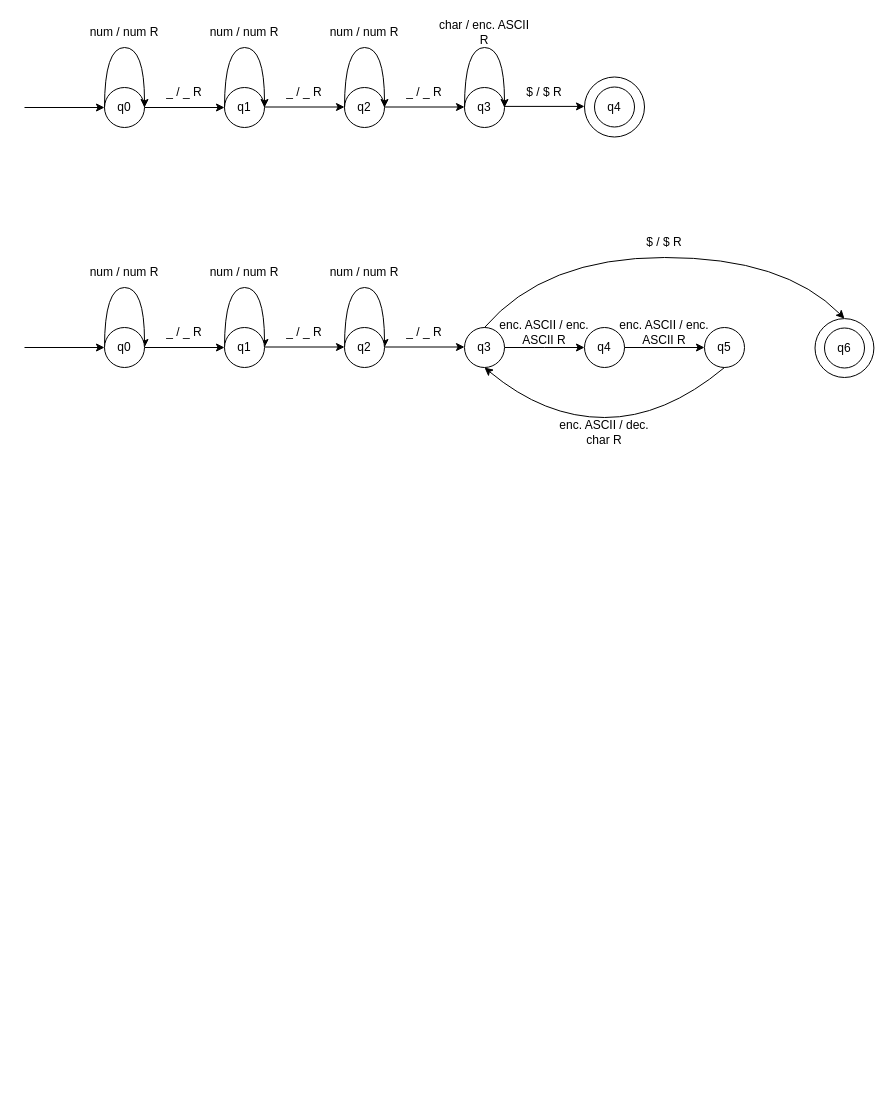
Before: rsa.drawio in Nerggg/RSA-TuringMachine, a draw.io diagram. Source tidied: cells renumbered, new cells numbered last; positions are measured from the earlier drawing's top-left corner, leaving out a move shared by most shapes. Both pictures are drawn from the tidied source at 100%, with x=0, y=0 at pixel (24, 17).
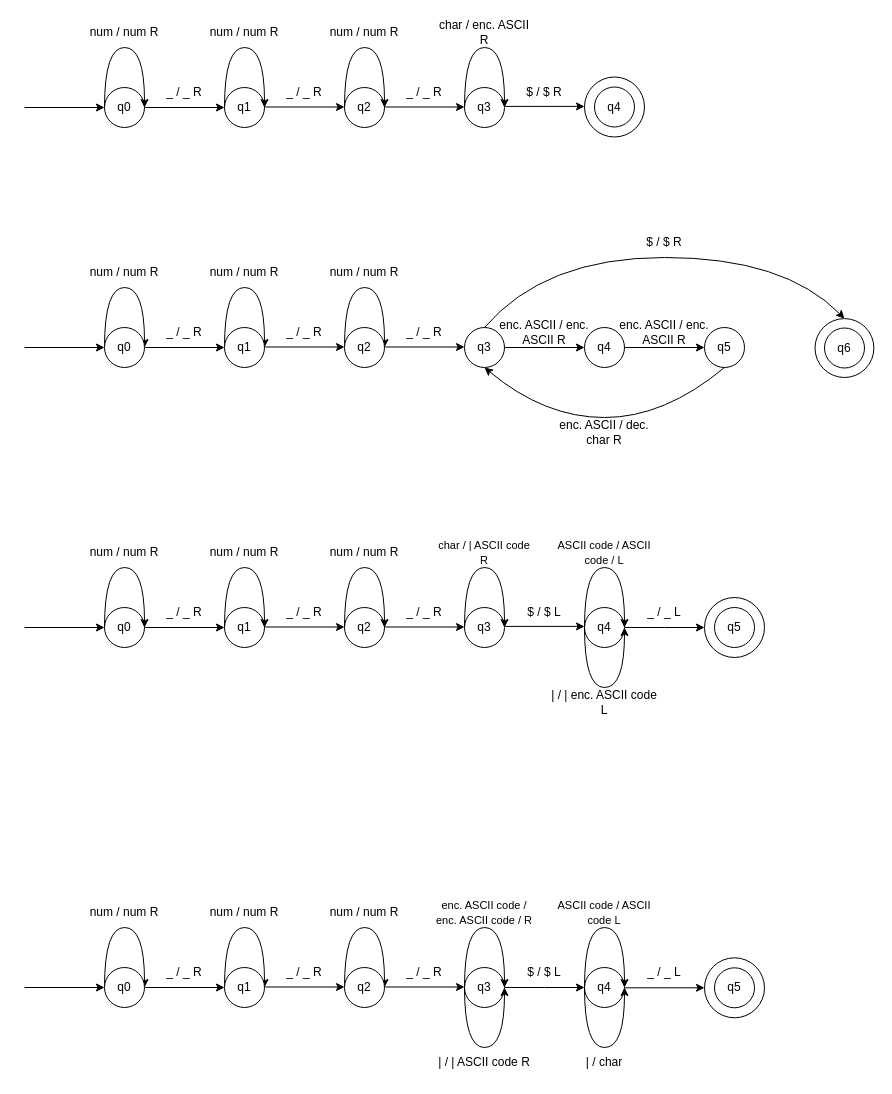
The same diagram, later.

What changed in the source:
```diff
@@
+    <mxCell id="54" style="ellipse;whiteSpace=wrap;html=1;" parent="1" vertex="1">
+      <mxGeometry x="680" y="580" width="60" height="60" as="geometry" />
+    </mxCell>
@@
+    <mxCell id="55" style="edgeStyle=orthogonalEdgeStyle;rounded=0;jettySize=auto;html=1;entryX=0;entryY=0.5;entryDx=0;entryDy=0;" parent="1" edge="1" source="56" target="57">
+      <mxGeometry relative="1" as="geometry" />
+    </mxCell>
+    <mxCell id="56" value="q0" style="ellipse;whiteSpace=wrap;html=1;" parent="1" vertex="1">
+      <mxGeometry x="80" y="590" width="40" height="40" as="geometry" />
+    </mxCell>
+    <mxCell id="57" value="q1" style="ellipse;whiteSpace=wrap;html=1;" parent="1" vertex="1">
+      <mxGeometry x="200" y="590" width="40" height="40" as="geometry" />
+    </mxCell>
+    <mxCell id="58" value="_ / _ R" style="text;html=1;align=center;verticalAlign=middle;whiteSpace=wrap;rounded=0;" parent="1" vertex="1">
+      <mxGeometry x="130" y="580" width="60" height="30" as="geometry" />
+    </mxCell>
+    <mxCell id="59" style="curved=1;endArrow=classic;html=1;rounded=0;exitX=0;exitY=0.5;exitDx=0;exitDy=0;entryX=1;entryY=0.5;entryDx=0;entryDy=0;" parent="1" edge="1" source="56" target="56">
+      <mxGeometry relative="1" as="geometry">
+        <Array as="points">
+          <mxPoint x="80" y="550" />
+          <mxPoint x="120" y="550" />
+        </Array>
+      </mxGeometry>
+    </mxCell>
+    <mxCell id="60" value="num / num R" style="text;html=1;align=center;verticalAlign=middle;whiteSpace=wrap;rounded=0;" parent="1" vertex="1">
+      <mxGeometry x="60" y="520" width="80" height="30" as="geometry" />
+    </mxCell>
+    <mxCell id="61" value="num / num R" style="text;html=1;align=center;verticalAlign=middle;whiteSpace=wrap;rounded=0;" parent="1" vertex="1">
+      <mxGeometry x="180" y="520" width="80" height="30" as="geometry" />
+    </mxCell>
+    <mxCell id="62" style="curved=1;endArrow=classic;html=1;rounded=0;exitX=0;exitY=0.5;exitDx=0;exitDy=0;entryX=1;entryY=0.5;entryDx=0;entryDy=0;" parent="1" edge="1">
+      <mxGeometry relative="1" as="geometry">
+        <mxPoint x="200" y="610" as="sourcePoint" />
+        <mxPoint x="240" y="610" as="targetPoint" />
+        <Array as="points">
+          <mxPoint x="200" y="550" />
+          <mxPoint x="240" y="550" />
+        </Array>
+      </mxGeometry>
+    </mxCell>
+    <mxCell id="63" value="_ / _ R" style="text;html=1;align=center;verticalAlign=middle;whiteSpace=wrap;rounded=0;" parent="1" vertex="1">
+      <mxGeometry x="250" y="579.5" width="60" height="30" as="geometry" />
+    </mxCell>
+    <mxCell id="64" style="edgeStyle=orthogonalEdgeStyle;rounded=0;orthogonalLoop=1;jettySize=auto;html=1;entryX=0;entryY=0.5;entryDx=0;entryDy=0;" parent="1" edge="1">
+      <mxGeometry relative="1" as="geometry">
+        <mxPoint x="240" y="609.5" as="sourcePoint" />
+        <mxPoint x="320" y="609.5" as="targetPoint" />
+      </mxGeometry>
+    </mxCell>
+    <mxCell id="65" value="q3" style="ellipse;whiteSpace=wrap;html=1;" parent="1" vertex="1">
+      <mxGeometry x="440" y="590" width="40" height="40" as="geometry" />
+    </mxCell>
+    <mxCell id="66" style="endArrow=classic;html=1;rounded=0;entryX=0;entryY=0.5;entryDx=0;entryDy=0;" parent="1" edge="1" target="56">
+      <mxGeometry relative="1" as="geometry">
+        <mxPoint y="610" as="sourcePoint" />
+      </mxGeometry>
+    </mxCell>
+    <mxCell id="67" value="&lt;font style=&quot;font-size: 11px;&quot;&gt;char / | ASCII code R&lt;/font&gt;" style="text;html=1;align=center;verticalAlign=middle;whiteSpace=wrap;rounded=0;" parent="1" vertex="1">
+      <mxGeometry x="410" y="520" width="100" height="30" as="geometry" />
+    </mxCell>
+    <mxCell id="68" style="curved=1;endArrow=classic;html=1;rounded=0;exitX=0;exitY=0.5;exitDx=0;exitDy=0;entryX=1;entryY=0.5;entryDx=0;entryDy=0;" parent="1" edge="1">
+      <mxGeometry relative="1" as="geometry">
+        <mxPoint x="440" y="610" as="sourcePoint" />
+        <mxPoint x="480" y="610" as="targetPoint" />
+        <Array as="points">
+          <mxPoint x="440" y="550" />
+          <mxPoint x="480" y="550" />
+        </Array>
+      </mxGeometry>
+    </mxCell>
+    <mxCell id="69" style="edgeStyle=orthogonalEdgeStyle;rounded=0;jettySize=auto;html=1;" parent="1" edge="1" source="70">
+      <mxGeometry relative="1" as="geometry">
+        <mxPoint x="680" y="610" as="targetPoint" />
+      </mxGeometry>
+    </mxCell>
+    <mxCell id="70" value="q4" style="ellipse;whiteSpace=wrap;html=1;" parent="1" vertex="1">
+      <mxGeometry x="560" y="590" width="40" height="40" as="geometry" />
+    </mxCell>
+    <mxCell id="71" style="edgeStyle=orthogonalEdgeStyle;rounded=0;orthogonalLoop=1;jettySize=auto;html=1;entryX=0;entryY=0.5;entryDx=0;entryDy=0;" parent="1" edge="1">
+      <mxGeometry relative="1" as="geometry">
+        <mxPoint x="480" y="608.9" as="sourcePoint" />
+        <mxPoint x="560" y="608.9" as="targetPoint" />
+      </mxGeometry>
+    </mxCell>
+    <mxCell id="72" value="$ / $ L" style="text;html=1;align=center;verticalAlign=middle;whiteSpace=wrap;rounded=0;" parent="1" vertex="1">
+      <mxGeometry x="490" y="579.5" width="60" height="30" as="geometry" />
+    </mxCell>
+    <mxCell id="73" value="q2" style="ellipse;whiteSpace=wrap;html=1;" parent="1" vertex="1">
+      <mxGeometry x="320" y="590" width="40" height="40" as="geometry" />
+    </mxCell>
+    <mxCell id="74" value="num / num R" style="text;html=1;align=center;verticalAlign=middle;whiteSpace=wrap;rounded=0;" parent="1" vertex="1">
+      <mxGeometry x="300" y="520" width="80" height="30" as="geometry" />
+    </mxCell>
+    <mxCell id="75" style="curved=1;endArrow=classic;html=1;rounded=0;exitX=0;exitY=0.5;exitDx=0;exitDy=0;entryX=1;entryY=0.5;entryDx=0;entryDy=0;" parent="1" edge="1">
+      <mxGeometry relative="1" as="geometry">
+        <mxPoint x="320" y="610" as="sourcePoint" />
+        <mxPoint x="360" y="610" as="targetPoint" />
+        <Array as="points">
+          <mxPoint x="320" y="550" />
+          <mxPoint x="360" y="550" />
+        </Array>
+      </mxGeometry>
+    </mxCell>
+    <mxCell id="76" value="_ / _ R" style="text;html=1;align=center;verticalAlign=middle;whiteSpace=wrap;rounded=0;" parent="1" vertex="1">
+      <mxGeometry x="370" y="579.5" width="60" height="30" as="geometry" />
+    </mxCell>
+    <mxCell id="77" style="edgeStyle=orthogonalEdgeStyle;rounded=0;orthogonalLoop=1;jettySize=auto;html=1;entryX=0;entryY=0.5;entryDx=0;entryDy=0;" parent="1" edge="1">
+      <mxGeometry relative="1" as="geometry">
+        <mxPoint x="360" y="609.5" as="sourcePoint" />
+        <mxPoint x="440" y="609.5" as="targetPoint" />
+      </mxGeometry>
+    </mxCell>
+    <mxCell id="78" style="edgeStyle=orthogonalEdgeStyle;rounded=0;jettySize=auto;html=1;entryX=0;entryY=0.5;entryDx=0;entryDy=0;" parent="1" edge="1" source="85" target="86">
+      <mxGeometry relative="1" as="geometry" />
+    </mxCell>
+    <mxCell id="79" style="curved=1;endArrow=classic;html=1;rounded=0;exitX=0;exitY=0.5;exitDx=0;exitDy=0;entryX=1;entryY=0.5;entryDx=0;entryDy=0;" parent="1" edge="1" source="85" target="85">
+      <mxGeometry relative="1" as="geometry">
+        <Array as="points">
+          <mxPoint x="80" y="910" />
+          <mxPoint x="120" y="910" />
+        </Array>
+      </mxGeometry>
+    </mxCell>
+    <mxCell id="80" style="curved=1;endArrow=classic;html=1;rounded=0;exitX=0;exitY=0.5;exitDx=0;exitDy=0;entryX=1;entryY=0.5;entryDx=0;entryDy=0;" parent="1" edge="1">
+      <mxGeometry relative="1" as="geometry">
+        <mxPoint x="200" y="970" as="sourcePoint" />
+        <mxPoint x="240" y="970" as="targetPoint" />
+        <Array as="points">
+          <mxPoint x="200" y="910" />
+          <mxPoint x="240" y="910" />
+        </Array>
+      </mxGeometry>
+    </mxCell>
+    <mxCell id="81" style="edgeStyle=orthogonalEdgeStyle;rounded=0;orthogonalLoop=1;jettySize=auto;html=1;entryX=0;entryY=0.5;entryDx=0;entryDy=0;" parent="1" edge="1">
+      <mxGeometry relative="1" as="geometry">
+        <mxPoint x="240" y="969.5" as="sourcePoint" />
+        <mxPoint x="320" y="969.5" as="targetPoint" />
+      </mxGeometry>
+    </mxCell>
+    <mxCell id="82" style="endArrow=classic;html=1;rounded=0;entryX=0;entryY=0.5;entryDx=0;entryDy=0;" parent="1" edge="1" target="85">
+      <mxGeometry relative="1" as="geometry">
+        <mxPoint y="970" as="sourcePoint" />
+      </mxGeometry>
+    </mxCell>
+    <mxCell id="83" style="curved=1;endArrow=classic;html=1;rounded=0;exitX=0;exitY=0.5;exitDx=0;exitDy=0;entryX=1;entryY=0.5;entryDx=0;entryDy=0;" parent="1" edge="1">
+      <mxGeometry relative="1" as="geometry">
+        <mxPoint x="320" y="970" as="sourcePoint" />
+        <mxPoint x="360" y="970" as="targetPoint" />
+        <Array as="points">
+          <mxPoint x="320" y="910" />
+          <mxPoint x="360" y="910" />
+        </Array>
+      </mxGeometry>
+    </mxCell>
+    <mxCell id="84" style="edgeStyle=orthogonalEdgeStyle;rounded=0;orthogonalLoop=1;jettySize=auto;html=1;entryX=0;entryY=0.5;entryDx=0;entryDy=0;" parent="1" edge="1">
+      <mxGeometry relative="1" as="geometry">
+        <mxPoint x="360" y="969.5" as="sourcePoint" />
+        <mxPoint x="440" y="969.5" as="targetPoint" />
+      </mxGeometry>
+    </mxCell>
+    <mxCell id="85" value="q0" style="ellipse;whiteSpace=wrap;html=1;" parent="1" vertex="1">
+      <mxGeometry x="80" y="950" width="40" height="40" as="geometry" />
+    </mxCell>
+    <mxCell id="86" value="q1" style="ellipse;whiteSpace=wrap;html=1;" parent="1" vertex="1">
+      <mxGeometry x="200" y="950" width="40" height="40" as="geometry" />
+    </mxCell>
+    <mxCell id="87" value="_ / _ R" style="text;html=1;align=center;verticalAlign=middle;whiteSpace=wrap;rounded=0;" parent="1" vertex="1">
+      <mxGeometry x="130" y="940" width="60" height="30" as="geometry" />
+    </mxCell>
+    <mxCell id="88" value="num / num R" style="text;html=1;align=center;verticalAlign=middle;whiteSpace=wrap;rounded=0;" parent="1" vertex="1">
+      <mxGeometry x="60" y="880" width="80" height="30" as="geometry" />
+    </mxCell>
+    <mxCell id="89" value="num / num R" style="text;html=1;align=center;verticalAlign=middle;whiteSpace=wrap;rounded=0;" parent="1" vertex="1">
+      <mxGeometry x="180" y="880" width="80" height="30" as="geometry" />
+    </mxCell>
+    <mxCell id="90" value="_ / _ R" style="text;html=1;align=center;verticalAlign=middle;whiteSpace=wrap;rounded=0;" parent="1" vertex="1">
+      <mxGeometry x="250" y="939.5" width="60" height="30" as="geometry" />
+    </mxCell>
+    <mxCell id="91" value="q2" style="ellipse;whiteSpace=wrap;html=1;" parent="1" vertex="1">
+      <mxGeometry x="320" y="950" width="40" height="40" as="geometry" />
+    </mxCell>
+    <mxCell id="92" value="num / num R" style="text;html=1;align=center;verticalAlign=middle;whiteSpace=wrap;rounded=0;" parent="1" vertex="1">
+      <mxGeometry x="300" y="880" width="80" height="30" as="geometry" />
+    </mxCell>
+    <mxCell id="93" value="_ / _ R" style="text;html=1;align=center;verticalAlign=middle;whiteSpace=wrap;rounded=0;" parent="1" vertex="1">
+      <mxGeometry x="370" y="939.5" width="60" height="30" as="geometry" />
+    </mxCell>
+    <mxCell id="94" value="&lt;font style=&quot;font-size: 11px;&quot;&gt;ASCII code / ASCII code / L&lt;/font&gt;" style="text;html=1;align=center;verticalAlign=middle;whiteSpace=wrap;rounded=0;" parent="1" vertex="1">
+      <mxGeometry x="530" y="520" width="100" height="30" as="geometry" />
+    </mxCell>
+    <mxCell id="95" style="curved=1;endArrow=classic;html=1;rounded=0;exitX=0;exitY=0.5;exitDx=0;exitDy=0;entryX=1;entryY=0.5;entryDx=0;entryDy=0;" parent="1" edge="1">
+      <mxGeometry relative="1" as="geometry">
+        <mxPoint x="560" y="610" as="sourcePoint" />
+        <mxPoint x="600" y="610" as="targetPoint" />
+        <Array as="points">
+          <mxPoint x="560" y="550" />
+          <mxPoint x="600" y="550" />
+        </Array>
+      </mxGeometry>
+    </mxCell>
+    <mxCell id="96" value="| / | enc. ASCII code L" style="text;html=1;align=center;verticalAlign=middle;whiteSpace=wrap;rounded=0;" parent="1" vertex="1">
+      <mxGeometry x="525" y="670" width="110" height="30" as="geometry" />
+    </mxCell>
+    <mxCell id="97" style="curved=1;endArrow=classic;html=1;rounded=0;exitX=0;exitY=0.5;exitDx=0;exitDy=0;entryX=1;entryY=0.5;entryDx=0;entryDy=0;" parent="1" edge="1" source="70" target="70">
+      <mxGeometry relative="1" as="geometry">
+        <Array as="points">
+          <mxPoint x="560" y="670" />
+          <mxPoint x="600" y="670" />
+        </Array>
+      </mxGeometry>
+    </mxCell>
+    <mxCell id="98" value="q5" style="ellipse;whiteSpace=wrap;html=1;" parent="1" vertex="1">
+      <mxGeometry x="690" y="590" width="40" height="40" as="geometry" />
+    </mxCell>
+    <mxCell id="99" value="_ / _ L" style="text;html=1;align=center;verticalAlign=middle;whiteSpace=wrap;rounded=0;" parent="1" vertex="1">
+      <mxGeometry x="610" y="579.5" width="60" height="30" as="geometry" />
+    </mxCell>
+    <mxCell id="100" style="edgeStyle=orthogonalEdgeStyle;rounded=0;jettySize=auto;html=1;" parent="1" edge="1" source="101">
+      <mxGeometry relative="1" as="geometry">
+        <mxPoint x="560" y="970" as="targetPoint" />
+      </mxGeometry>
+    </mxCell>
+    <mxCell id="101" value="q3" style="ellipse;whiteSpace=wrap;html=1;" parent="1" vertex="1">
+      <mxGeometry x="440" y="950" width="40" height="40" as="geometry" />
+    </mxCell>
+    <mxCell id="102" value="&lt;font style=&quot;font-size: 11px;&quot;&gt;enc. ASCII code / enc. ASCII code / R&lt;/font&gt;" style="text;html=1;align=center;verticalAlign=middle;whiteSpace=wrap;rounded=0;" parent="1" vertex="1">
+      <mxGeometry x="410" y="880" width="100" height="30" as="geometry" />
+    </mxCell>
+    <mxCell id="103" style="curved=1;endArrow=classic;html=1;rounded=0;exitX=0;exitY=0.5;exitDx=0;exitDy=0;entryX=1;entryY=0.5;entryDx=0;entryDy=0;" parent="1" edge="1">
+      <mxGeometry relative="1" as="geometry">
+        <mxPoint x="440" y="970" as="sourcePoint" />
+        <mxPoint x="480" y="970" as="targetPoint" />
+        <Array as="points">
+          <mxPoint x="440" y="910" />
+          <mxPoint x="480" y="910" />
+        </Array>
+      </mxGeometry>
+    </mxCell>
+    <mxCell id="104" value="| / | ASCII code R" style="text;html=1;align=center;verticalAlign=middle;whiteSpace=wrap;rounded=0;" parent="1" vertex="1">
+      <mxGeometry x="405" y="1030" width="110" height="30" as="geometry" />
+    </mxCell>
+    <mxCell id="105" style="curved=1;endArrow=classic;html=1;rounded=0;exitX=0;exitY=0.5;exitDx=0;exitDy=0;entryX=1;entryY=0.5;entryDx=0;entryDy=0;" parent="1" edge="1" source="101" target="101">
+      <mxGeometry relative="1" as="geometry">
+        <Array as="points">
+          <mxPoint x="440" y="1030" />
+          <mxPoint x="480" y="1030" />
+        </Array>
+      </mxGeometry>
+    </mxCell>
+    <mxCell id="106" value="$ / $ L" style="text;html=1;align=center;verticalAlign=middle;whiteSpace=wrap;rounded=0;" parent="1" vertex="1">
+      <mxGeometry x="490" y="939.5" width="60" height="30" as="geometry" />
+    </mxCell>
+    <mxCell id="107" value="q4" style="ellipse;whiteSpace=wrap;html=1;" parent="1" vertex="1">
+      <mxGeometry x="560" y="950" width="40" height="40" as="geometry" />
+    </mxCell>
+    <mxCell id="108" value="&lt;font style=&quot;font-size: 11px;&quot;&gt;ASCII code / ASCII code L&lt;/font&gt;" style="text;html=1;align=center;verticalAlign=middle;whiteSpace=wrap;rounded=0;" parent="1" vertex="1">
+      <mxGeometry x="530" y="880" width="100" height="30" as="geometry" />
+    </mxCell>
+    <mxCell id="109" style="curved=1;endArrow=classic;html=1;rounded=0;exitX=0;exitY=0.5;exitDx=0;exitDy=0;entryX=1;entryY=0.5;entryDx=0;entryDy=0;" parent="1" edge="1">
+      <mxGeometry relative="1" as="geometry">
+        <mxPoint x="560" y="970" as="sourcePoint" />
+        <mxPoint x="600" y="970" as="targetPoint" />
+        <Array as="points">
+          <mxPoint x="560" y="910" />
+          <mxPoint x="600" y="910" />
+        </Array>
+      </mxGeometry>
+    </mxCell>
+    <mxCell id="110" style="curved=1;endArrow=classic;html=1;rounded=0;exitX=0;exitY=0.5;exitDx=0;exitDy=0;entryX=1;entryY=0.5;entryDx=0;entryDy=0;" parent="1" edge="1" source="107" target="107">
+      <mxGeometry relative="1" as="geometry">
+        <Array as="points">
+          <mxPoint x="560" y="1030" />
+          <mxPoint x="600" y="1030" />
+        </Array>
+      </mxGeometry>
+    </mxCell>
+    <mxCell id="111" value="| / char" style="text;html=1;align=center;verticalAlign=middle;whiteSpace=wrap;rounded=0;" parent="1" vertex="1">
+      <mxGeometry x="525" y="1030" width="110" height="30" as="geometry" />
+    </mxCell>
+    <mxCell id="112" style="ellipse;whiteSpace=wrap;html=1;" parent="1" vertex="1">
+      <mxGeometry x="680" y="940.3" width="60" height="60" as="geometry" />
+    </mxCell>
+    <mxCell id="113" style="edgeStyle=orthogonalEdgeStyle;rounded=0;orthogonalLoop=1;jettySize=auto;html=1;" parent="1" edge="1">
+      <mxGeometry relative="1" as="geometry">
+        <mxPoint x="600" y="970.3" as="sourcePoint" />
+        <mxPoint x="680" y="970.3" as="targetPoint" />
+      </mxGeometry>
+    </mxCell>
+    <mxCell id="114" value="q5" style="ellipse;whiteSpace=wrap;html=1;" parent="1" vertex="1">
+      <mxGeometry x="690" y="950.3" width="40" height="40" as="geometry" />
+    </mxCell>
+    <mxCell id="115" value="_ / _ L" style="text;html=1;align=center;verticalAlign=middle;whiteSpace=wrap;rounded=0;" parent="1" vertex="1">
+      <mxGeometry x="610" y="939.7" width="60" height="30" as="geometry" />
+    </mxCell>
```
